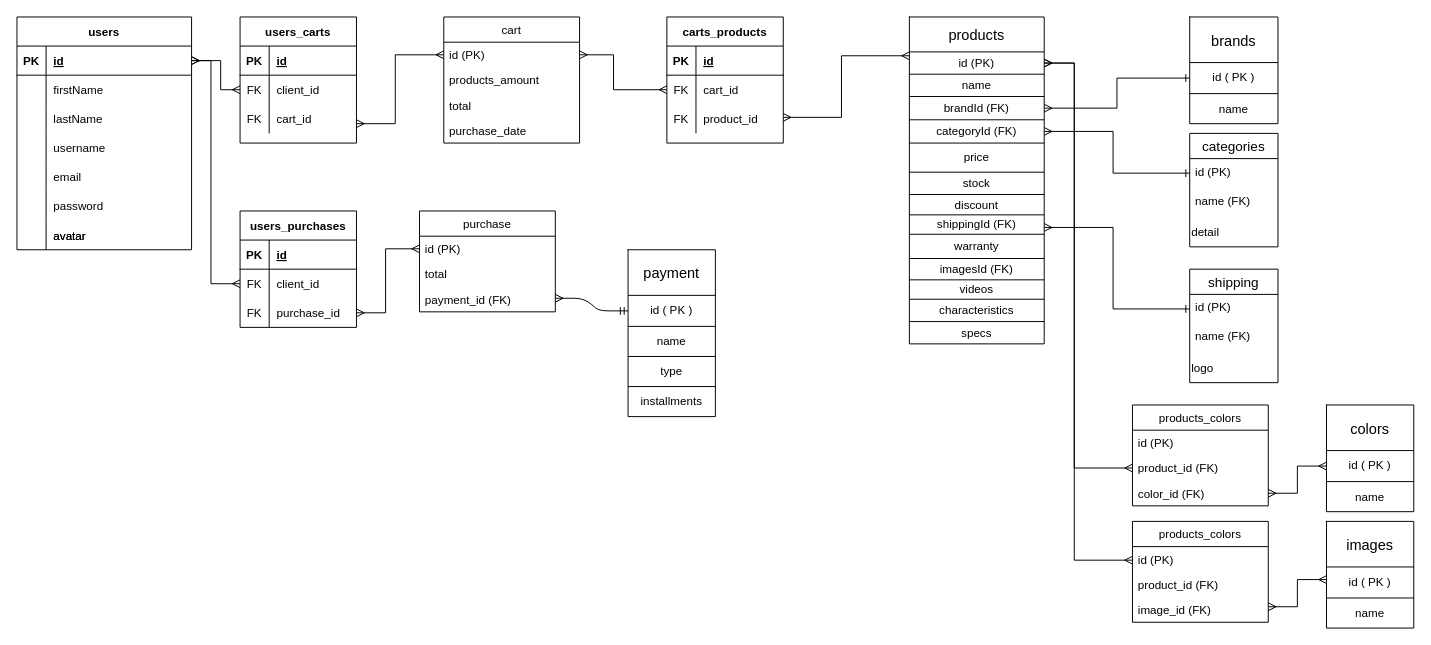
The draw.io diagram db_diagrams/db_diagram.drawio in teosordo/grupo_3_mat, before the edit. Source tidied: cells renumbered, new cells numbered last; positions are measured from the earlier drawing's top-left corner, leaving out a move shared by most shapes. Both pictures are drawn from the tidied source at 97%, with x=0, y=0 at pixel (16, 16).
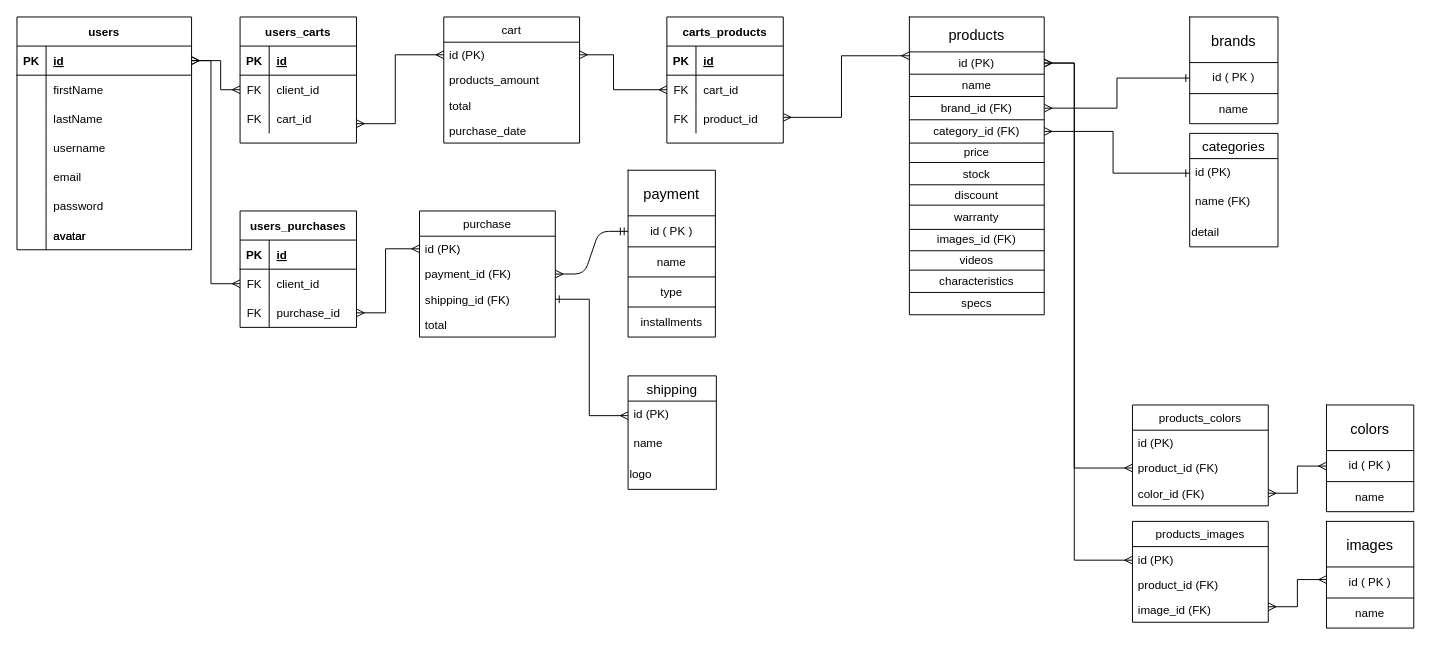
The same page after the edit.

The change refers to these unchanged cells:
```xml
<mxCell id="31" style="shape=partialRectangle;fillColor=none;top=0;left=0;bottom=0;right=0;points=[[0,0.5],[1,0.5]];portConstraint=eastwest;" parent="24" vertex="1">
  <mxGeometry y="82" width="139" height="24" as="geometry" />
</mxCell>
<mxCell id="33" style="shape=partialRectangle;fillColor=none;top=0;left=0;bottom=0;right=0;" parent="24" vertex="1">
  <mxGeometry y="106" width="139" height="24" as="geometry" />
</mxCell>
<mxCell id="74" style="shape=partialRectangle;fillColor=none;top=0;left=0;bottom=0;right=0;points=[[0,0.5],[1,0.5]];portConstraint=eastwest;" parent="71" vertex="1">
  <mxGeometry y="47" width="90" height="32" as="geometry" />
</mxCell>
<mxCell id="140" value="id (PK)" style="text;strokeColor=none;fillColor=none;spacingLeft=4;spacingRight=4;overflow=hidden;points=[[0,0.5],[1,0.5]];portConstraint=eastwest;fontSize=12;" parent="139" vertex="1">
  <mxGeometry y="26" width="91" height="30" as="geometry" />
</mxCell>
```

What changed in the source:
```diff
@@
     <mxCell id="24" style="shape=table;startSize=0;childLayout=tableLayout;perimeterSpacing=0;strokeWidth=1;" parent="1" vertex="1">
-      <mxGeometry x="920" width="139" height="337" as="geometry" />
+      <mxGeometry x="920" width="139" height="307" as="geometry" />
     </mxCell>
@@
-    <mxCell id="32" value="brandId (FK)" style="shape=partialRectangle;html=1;whiteSpace=wrap;overflow=hidden;fillColor=none;top=0;left=0;bottom=0;right=0;" parent="31" vertex="1">
+    <mxCell id="32" value="brand_id (FK)" style="shape=partialRectangle;html=1;whiteSpace=wrap;overflow=hidden;fillColor=none;top=0;left=0;bottom=0;right=0;" parent="31" vertex="1">
       <mxGeometry width="139" height="24" as="geometry" />
     </mxCell>
@@
-    <mxCell id="34" value="categoryId (FK)" style="shape=partialRectangle;html=1;whiteSpace=wrap;overflow=hidden;fillColor=none;top=0;left=0;bottom=0;right=0;" parent="33" vertex="1">
+    <mxCell id="34" value="category_id (FK)" style="shape=partialRectangle;html=1;whiteSpace=wrap;overflow=hidden;fillColor=none;top=0;left=0;bottom=0;right=0;" parent="33" vertex="1">
       <mxGeometry width="139" height="24" as="geometry" />
     </mxCell>
     <mxCell id="35" style="shape=partialRectangle;fillColor=none;top=0;left=0;bottom=0;right=0;" parent="24" vertex="1">
-      <mxGeometry y="130" width="139" height="30" as="geometry" />
+      <mxGeometry y="130" width="139" height="20" as="geometry" />
     </mxCell>
     <mxCell id="36" value="price" style="shape=partialRectangle;html=1;whiteSpace=wrap;overflow=hidden;fillColor=none;top=0;left=0;bottom=0;right=0;" parent="35" vertex="1">
-      <mxGeometry width="139" height="30" as="geometry" />
+      <mxGeometry width="139" height="20" as="geometry" />
     </mxCell>
     <mxCell id="37" style="shape=partialRectangle;fillColor=none;top=0;left=0;bottom=0;right=0;" parent="24" vertex="1">
-      <mxGeometry y="160" width="139" height="23" as="geometry" />
+      <mxGeometry y="150" width="139" height="23" as="geometry" />
     </mxCell>
@@
     <mxCell id="39" style="shape=partialRectangle;fillColor=none;top=0;left=0;bottom=0;right=0;" parent="24" vertex="1">
-      <mxGeometry y="183" width="139" height="21" as="geometry" />
+      <mxGeometry y="173" width="139" height="21" as="geometry" />
     </mxCell>
@@
-    <mxCell id="41" style="shape=partialRectangle;fillColor=none;top=0;left=0;bottom=0;right=0;" parent="24" vertex="1">
-      <mxGeometry y="204" width="139" height="20" as="geometry" />
-    </mxCell>
-    <mxCell id="42" value="shippingId (FK)" style="shape=partialRectangle;html=1;whiteSpace=wrap;overflow=hidden;fillColor=none;top=0;left=0;bottom=0;right=0;" parent="41" vertex="1">
-      <mxGeometry width="139" height="20" as="geometry" />
-    </mxCell>
     <mxCell id="43" style="shape=partialRectangle;fillColor=none;top=0;left=0;bottom=0;right=0;" parent="24" vertex="1">
-      <mxGeometry y="224" width="139" height="25" as="geometry" />
+      <mxGeometry y="194" width="139" height="25" as="geometry" />
     </mxCell>
@@
     <mxCell id="45" style="shape=partialRectangle;fillColor=none;top=0;left=0;bottom=0;right=0;" parent="24" vertex="1">
-      <mxGeometry y="249" width="139" height="22" as="geometry" />
+      <mxGeometry y="219" width="139" height="22" as="geometry" />
     </mxCell>
-    <mxCell id="46" value="imagesId (FK)" style="shape=partialRectangle;html=1;whiteSpace=wrap;overflow=hidden;fillColor=none;top=0;left=0;bottom=0;right=0;" parent="45" vertex="1">
+    <mxCell id="46" value="images_id (FK)" style="shape=partialRectangle;html=1;whiteSpace=wrap;overflow=hidden;fillColor=none;top=0;left=0;bottom=0;right=0;" parent="45" vertex="1">
       <mxGeometry width="139" height="22" as="geometry" />
     </mxCell>
     <mxCell id="47" style="shape=partialRectangle;fillColor=none;top=0;left=0;bottom=0;right=0;" parent="24" vertex="1">
-      <mxGeometry y="271" width="139" height="20" as="geometry" />
+      <mxGeometry y="241" width="139" height="20" as="geometry" />
     </mxCell>
@@
     <mxCell id="49" style="shape=partialRectangle;fillColor=none;top=0;left=0;bottom=0;right=0;" parent="24" vertex="1">
-      <mxGeometry y="291" width="139" height="23" as="geometry" />
+      <mxGeometry y="261" width="139" height="23" as="geometry" />
     </mxCell>
@@
     <mxCell id="51" style="shape=partialRectangle;fillColor=none;top=0;left=0;bottom=0;right=0;" parent="24" vertex="1">
-      <mxGeometry y="314" width="139" height="23" as="geometry" />
+      <mxGeometry y="284" width="139" height="23" as="geometry" />
     </mxCell>
@@
     <mxCell id="71" style="shape=table;startSize=0;childLayout=tableLayout;" parent="1" vertex="1">
-      <mxGeometry x="630" y="240" width="90" height="172" as="geometry" />
+      <mxGeometry x="630" y="158" width="90" height="172" as="geometry" />
     </mxCell>
@@
     <mxCell id="89" value="purchase" style="swimlane;fontStyle=0;horizontal=1;startSize=26;" parent="1" vertex="1">
-      <mxGeometry x="415" y="200" width="140" height="104" as="geometry" />
+      <mxGeometry x="415" y="200" width="140" height="130" as="geometry" />
     </mxCell>
@@
+    <mxCell id="157" value="payment_id (FK)" style="text;strokeColor=none;fillColor=none;align=left;verticalAlign=top;spacingLeft=4;spacingRight=4;overflow=hidden;points=[[0,0.5],[1,0.5]];portConstraint=eastwest;" parent="89" vertex="1">
+      <mxGeometry y="52" width="140" height="26" as="geometry" />
+    </mxCell>
+    <mxCell id="92" value="shipping_id (FK)" style="text;strokeColor=none;fillColor=none;align=left;verticalAlign=top;spacingLeft=4;spacingRight=4;overflow=hidden;points=[[0,0.5],[1,0.5]];portConstraint=eastwest;" parent="89" vertex="1">
+      <mxGeometry y="78" width="140" height="26" as="geometry" />
+    </mxCell>
     <mxCell id="91" value="total" style="text;strokeColor=none;fillColor=none;align=left;verticalAlign=top;spacingLeft=4;spacingRight=4;overflow=hidden;" parent="89" vertex="1">
-      <mxGeometry y="52" width="140" height="26" as="geometry" />
+      <mxGeometry y="104" width="140" height="26" as="geometry" />
     </mxCell>
-    <mxCell id="92" value="payment_id (FK)" style="text;strokeColor=none;fillColor=none;align=left;verticalAlign=top;spacingLeft=4;spacingRight=4;overflow=hidden;points=[[0,0.5],[1,0.5]];portConstraint=eastwest;" parent="89" vertex="1">
-      <mxGeometry y="78" width="140" height="26" as="geometry" />
-    </mxCell>
@@
-    <mxCell id="134" style="edgeStyle=entityRelationEdgeStyle;fontSize=12;html=1;endArrow=ERmandOne;startArrow=ERmany;entryX=0;entryY=0.5;entryDx=0;entryDy=0;startFill=0;" parent="1" edge="1" target="74">
-      <mxGeometry relative="1" as="geometry">
-        <mxPoint x="555" y="290" as="sourcePoint" />
-      </mxGeometry>
+    <mxCell id="134" style="edgeStyle=entityRelationEdgeStyle;fontSize=12;html=1;endArrow=ERmandOne;startArrow=ERmany;entryX=0;entryY=0.5;entryDx=0;entryDy=0;startFill=0;exitX=1;exitY=0.5;exitDx=0;exitDy=0;" parent="1" edge="1" source="157" target="74">
+      <mxGeometry relative="1" as="geometry" />
     </mxCell>
@@
     <mxCell id="139" value="shipping" style="swimlane;fontStyle=0;horizontal=1;startSize=26;align=center;fontSize=14;" parent="1" vertex="1">
-      <mxGeometry x="1209" y="260" width="91" height="117" as="geometry" />
+      <mxGeometry x="630" y="370" width="91" height="117" as="geometry" />
     </mxCell>
@@
-    <mxCell id="141" value="name (FK)" style="text;strokeColor=none;fillColor=none;spacingLeft=4;spacingRight=4;overflow=hidden;fontSize=12;" parent="139" vertex="1">
+    <mxCell id="141" value="name" style="text;strokeColor=none;fillColor=none;spacingLeft=4;spacingRight=4;overflow=hidden;fontSize=12;" parent="139" vertex="1">
       <mxGeometry y="56" width="91" height="30" as="geometry" />
     </mxCell>
@@
-    <mxCell id="143" style="edgeStyle=orthogonalEdgeStyle;rounded=0;jettySize=auto;html=1;entryX=0;entryY=0.5;entryDx=0;entryDy=0;startArrow=ERmany;startFill=0;endArrow=ERone;endFill=0;" parent="1" edge="1" target="140">
-      <mxGeometry relative="1" as="geometry">
-        <mxPoint x="1059" y="217" as="sourcePoint" />
-        <Array as="points">
-          <mxPoint x="1130" y="217" />
-          <mxPoint x="1130" y="301" />
-        </Array>
-      </mxGeometry>
-    </mxCell>
-    <mxCell id="144" value="products_colors" style="swimlane;fontStyle=0;horizontal=1;startSize=26;" parent="1" vertex="1">
+    <mxCell id="144" value="products_images" style="swimlane;fontStyle=0;horizontal=1;startSize=26;" parent="1" vertex="1">
       <mxGeometry x="1150" y="520" width="140" height="104" as="geometry" />
     </mxCell>
@@
+    <mxCell id="158" style="edgeStyle=orthogonalEdgeStyle;rounded=0;jettySize=auto;html=1;exitX=0;exitY=0.5;exitDx=0;exitDy=0;entryX=1;entryY=0.5;entryDx=0;entryDy=0;endArrow=ERone;endFill=0;startArrow=ERmany;startFill=0;" parent="1" edge="1" source="140" target="92">
+      <mxGeometry relative="1" as="geometry">
+        <Array as="points">
+          <mxPoint x="590" y="411" />
+          <mxPoint x="590" y="291" />
+        </Array>
+      </mxGeometry>
+    </mxCell>
```
